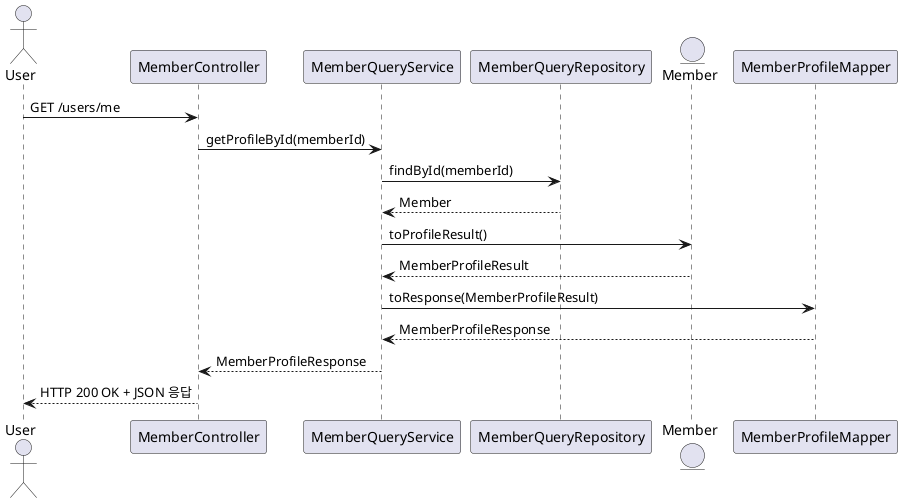
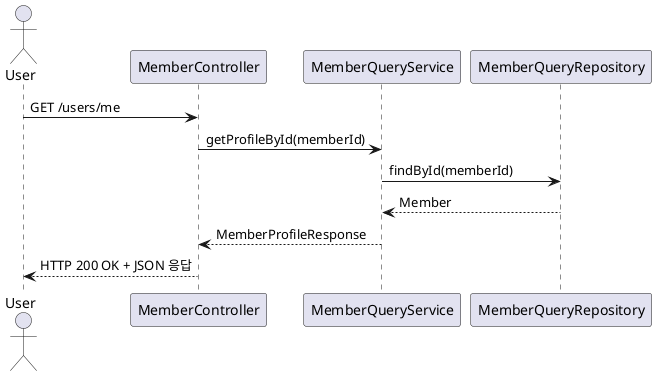
@startuml
actor User
participant MemberController
participant MemberQueryService
participant MemberQueryRepository
- entity Member
- participant MemberProfileMapper
- 

User -> MemberController : GET /users/me
MemberController -> MemberQueryService : getProfileById(memberId)

MemberQueryService -> MemberQueryRepository : findById(memberId)
MemberQueryRepository --> MemberQueryService : Member

- MemberQueryService -> Member : toProfileResult()
- Member --> MemberQueryService : MemberProfileResult
- 
- MemberQueryService -> MemberProfileMapper : toResponse(MemberProfileResult)
- MemberProfileMapper --> MemberQueryService : MemberProfileResponse

MemberQueryService --> MemberController : MemberProfileResponse
MemberController --> User : HTTP 200 OK + JSON 응답
@enduml